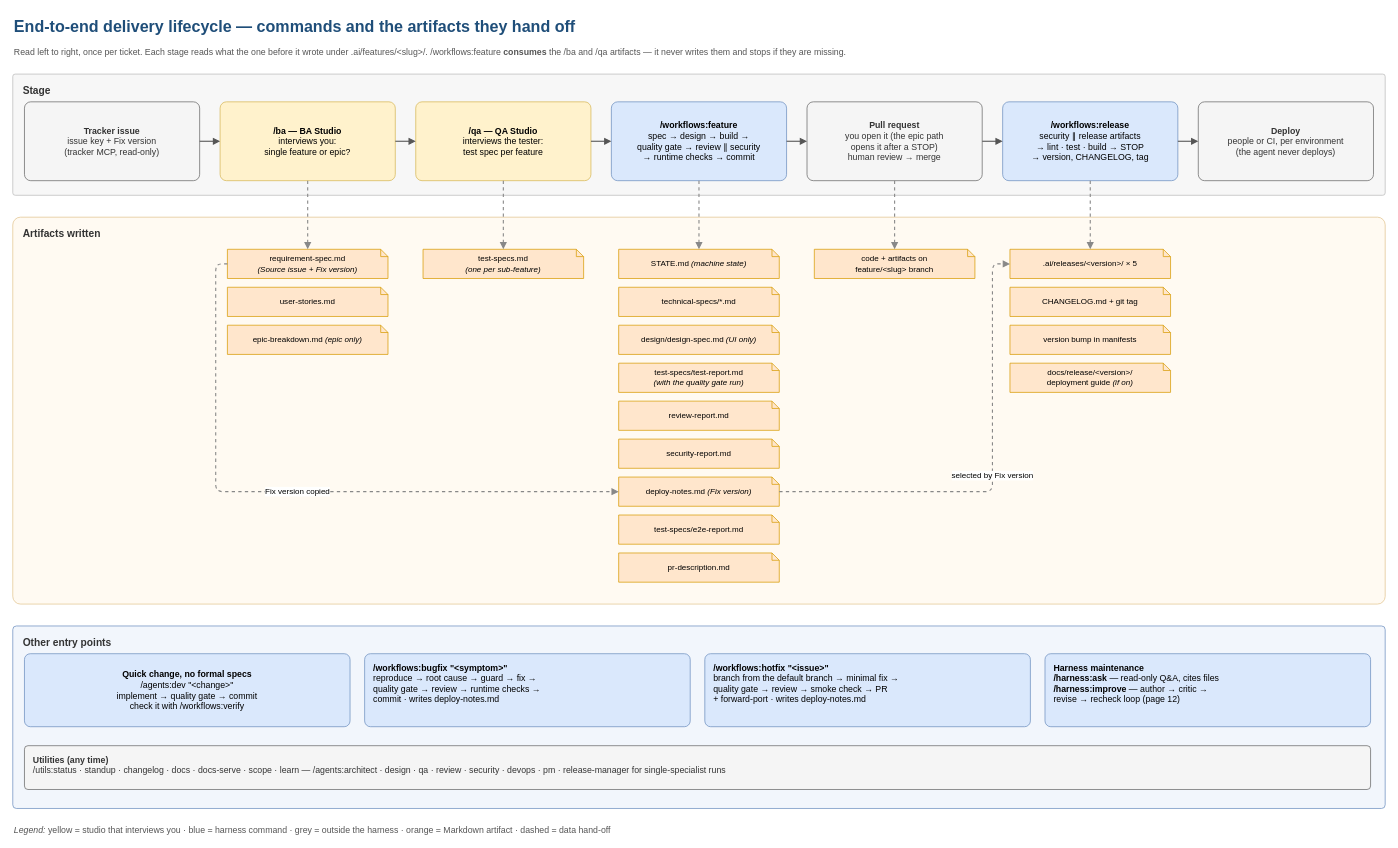
The draw.io diagram page "3 Delivery Lifecycle" (3 of 12) of docs/harness-docs/diagrams/ai-dev-harness/ai-dev-harness.drawio in absjabed/ai-dev-harness, before the edit. Source tidied: cells renumbered, new cells numbered last; positions are measured from the earlier drawing's top-left corner, leaving out a move shared by most shapes. Both pictures are drawn from the tidied source at 73%, with x=0, y=0 at pixel (12, 12).
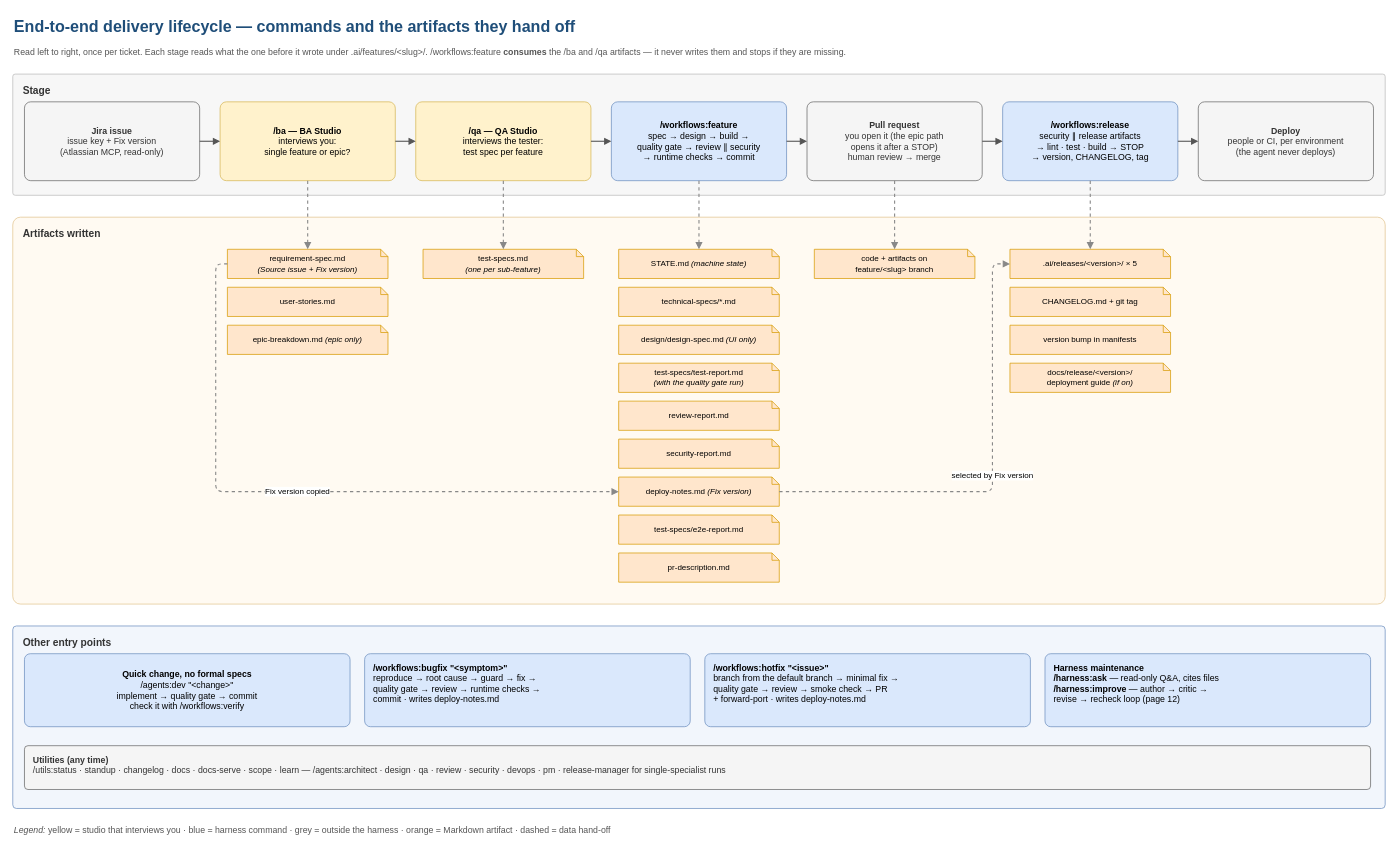
The same diagram, later.

Diff of the diagram source:
```diff
@@
-    <mxCell id="5" value="&lt;b&gt;Tracker issue&lt;/b&gt;&lt;br&gt;issue key + Fix version&lt;br&gt;(tracker MCP, read-only)" style="rounded=1;arcSize=8;fillColor=#f5f5f5;strokeColor=#666666;fontColor=#333333;fontSize=12;html=1;whiteSpace=wrap;fontFamily=Helvetica;" parent="1" vertex="1">
+    <mxCell id="5" value="&lt;b&gt;Jira issue&lt;/b&gt;&lt;br&gt;issue key + Fix version&lt;br&gt;(Atlassian MCP, read-only)" style="rounded=1;arcSize=8;fillColor=#f5f5f5;strokeColor=#666666;fontColor=#333333;fontSize=12;html=1;whiteSpace=wrap;fontFamily=Helvetica;" parent="1" vertex="1">
       <mxGeometry x="16" y="122" width="240" height="108" as="geometry" />
     </mxCell>
```
